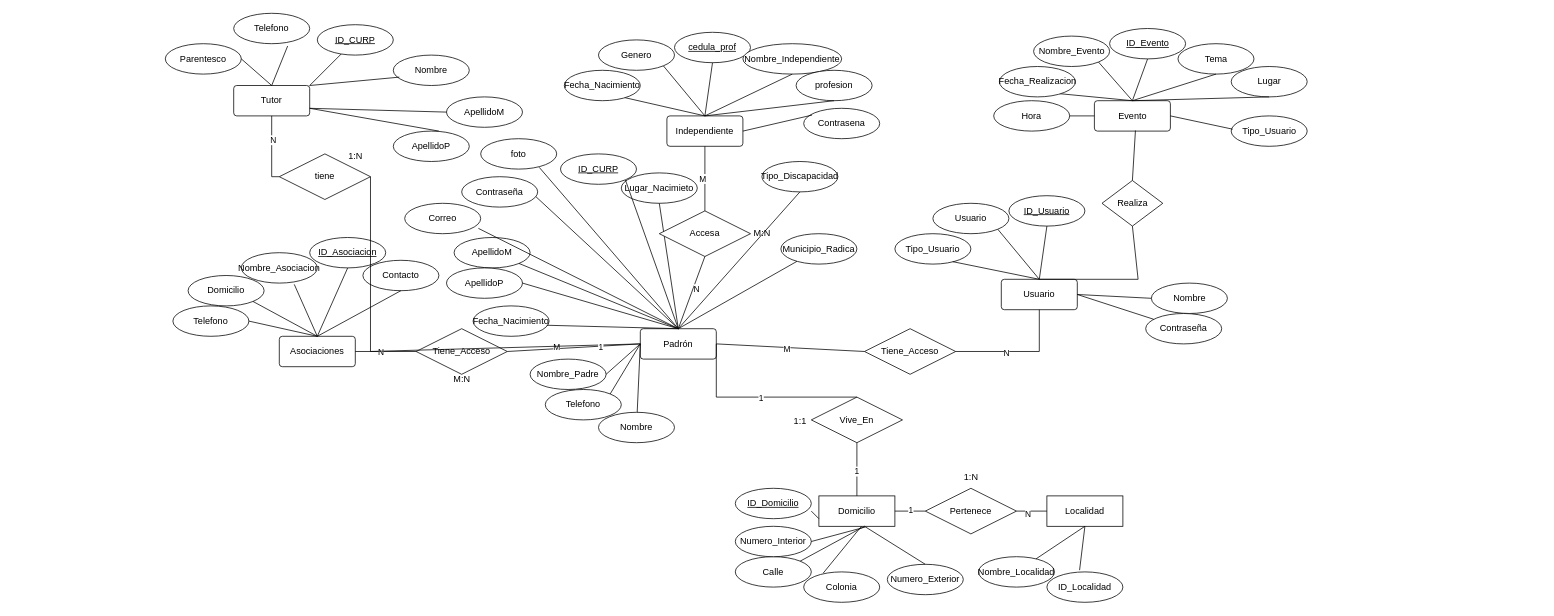
Earlier version of the draw.io diagram Diagrama_ER.drawio (OSCARCH2002/diagramas). Source tidied: cells renumbered, new cells numbered last; positions are measured from the earlier drawing's top-left corner, leaving out a move shared by most shapes. Both pictures are drawn from the tidied source at 76%, with x=0, y=0 at pixel (165, 13).
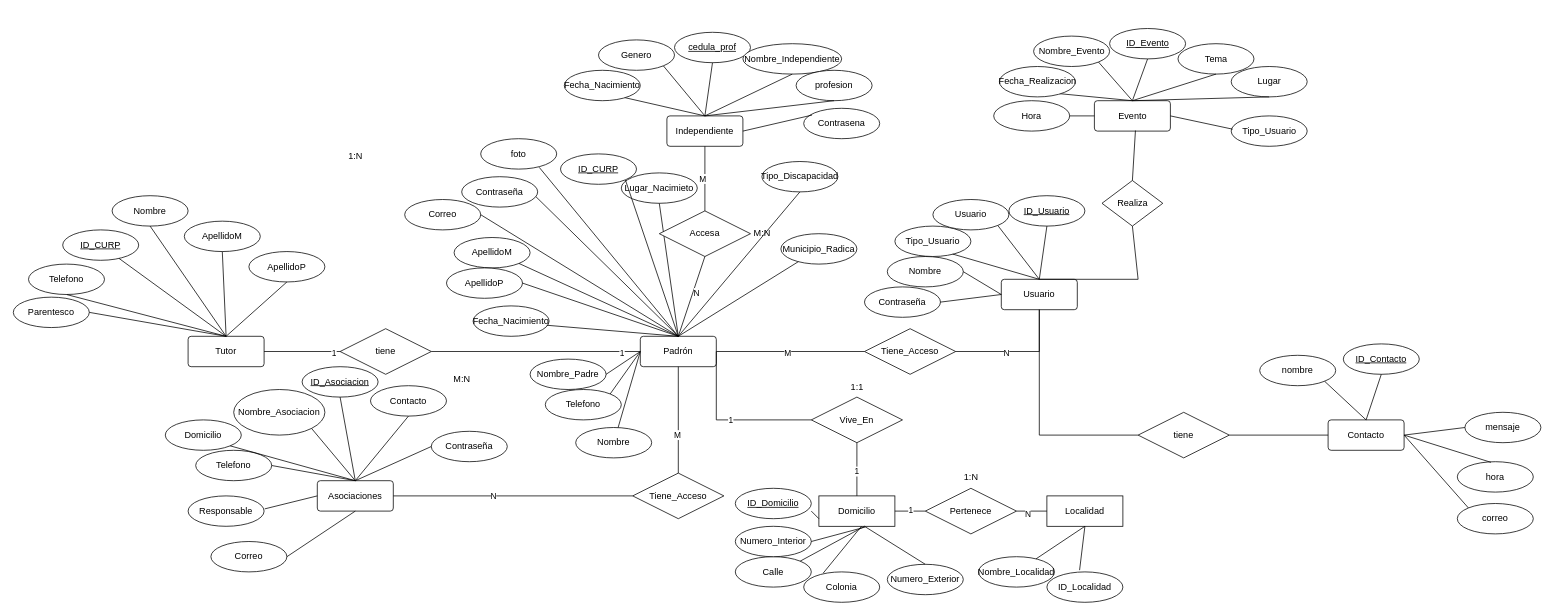
The same page after the edit.

Unchanged cells that the change refers to:
```xml
<mxCell id="29" value="Vive_En" style="shape=rhombus;perimeter=rhombusPerimeter;whiteSpace=wrap;html=1;align=center;" parent="1" vertex="1">
  <mxGeometry x="850" y="505" width="120" height="60" as="geometry" />
</mxCell>
<mxCell id="44" value="Usuario" style="rounded=1;arcSize=10;whiteSpace=wrap;html=1;align=center;" parent="1" vertex="1">
  <mxGeometry x="1100" y="350" width="100" height="40" as="geometry" />
</mxCell>
```

Change to the diagram source:
```diff
@@
     <mxCell id="2" value="Padrón" style="rounded=1;arcSize=10;whiteSpace=wrap;html=1;align=center;" parent="1" vertex="1">
-      <mxGeometry x="625" y="415" width="100" height="40" as="geometry" />
+      <mxGeometry x="625" y="425" width="100" height="40" as="geometry" />
     </mxCell>
@@
     <mxCell id="4" value="Nombre" style="ellipse;whiteSpace=wrap;html=1;align=center;" parent="1" vertex="1">
-      <mxGeometry x="570" y="525" width="100" height="40" as="geometry" />
+      <mxGeometry x="540" y="545" width="100" height="40" as="geometry" />
     </mxCell>
@@
-    <mxCell id="32" style="endArrow=none;html=1;rounded=0;entryX=0.5;entryY=0;entryDx=0;entryDy=0;exitX=1;exitY=0.5;exitDx=0;exitDy=0;" parent="1" edge="1" source="2" target="29">
+    <mxCell id="32" style="endArrow=none;html=1;rounded=0;entryX=0;entryY=0.5;entryDx=0;entryDy=0;exitX=1;exitY=0.5;exitDx=0;exitDy=0;" parent="1" edge="1" source="2" target="29">
       <mxGeometry relative="1" as="geometry">
         <Array as="points">
-          <mxPoint x="725" y="505" />
+          <mxPoint x="725" y="535" />
         </Array>
       </mxGeometry>
     </mxCell>
@@
     <mxCell id="46" value="Nombre" style="ellipse;whiteSpace=wrap;html=1;align=center;" parent="1" vertex="1">
-      <mxGeometry x="1297.5" y="355" width="100" height="40" as="geometry" />
+      <mxGeometry x="950" y="320" width="100" height="40" as="geometry" />
     </mxCell>
     <mxCell id="47" value="Tipo_Usuario" style="ellipse;whiteSpace=wrap;html=1;align=center;" parent="1" vertex="1">
-      <mxGeometry x="960" y="290" width="100" height="40" as="geometry" />
+      <mxGeometry x="960" y="280" width="100" height="40" as="geometry" />
     </mxCell>
     <mxCell id="48" value="Usuario" style="ellipse;whiteSpace=wrap;html=1;align=center;" parent="1" vertex="1">
-      <mxGeometry x="1010" y="250" width="100" height="40" as="geometry" />
+      <mxGeometry x="1010" y="245" width="100" height="40" as="geometry" />
     </mxCell>
     <mxCell id="49" value="Contraseña" style="ellipse;whiteSpace=wrap;html=1;align=center;" parent="1" vertex="1">
-      <mxGeometry x="1290" y="395" width="100" height="40" as="geometry" />
+      <mxGeometry x="920" y="360" width="100" height="40" as="geometry" />
     </mxCell>
@@
-    <mxCell id="53" style="endArrow=none;html=1;rounded=0;entryX=1;entryY=0.5;entryDx=0;entryDy=0;exitX=0;exitY=0.5;exitDx=0;exitDy=0;" parent="1" edge="1" source="46" target="44">
+    <mxCell id="53" style="endArrow=none;html=1;rounded=0;entryX=0;entryY=0.5;entryDx=0;entryDy=0;exitX=1;exitY=0.5;exitDx=0;exitDy=0;" parent="1" edge="1" source="46" target="44">
       <mxGeometry relative="1" as="geometry" />
     </mxCell>
-    <mxCell id="54" style="endArrow=none;html=1;rounded=0;entryX=1;entryY=0.5;entryDx=0;entryDy=0;exitX=0.105;exitY=0.19;exitDx=0;exitDy=0;exitPerimeter=0;" parent="1" edge="1" source="49" target="44">
+    <mxCell id="54" style="endArrow=none;html=1;rounded=0;entryX=0;entryY=0.5;entryDx=0;entryDy=0;exitX=1;exitY=0.5;exitDx=0;exitDy=0;" parent="1" edge="1" source="49" target="44">
       <mxGeometry relative="1" as="geometry" />
     </mxCell>
     <mxCell id="55" value="Asociaciones" style="rounded=1;arcSize=10;whiteSpace=wrap;html=1;align=center;" parent="1" vertex="1">
-      <mxGeometry x="150" y="425" width="100" height="40" as="geometry" />
+      <mxGeometry x="200" y="615" width="100" height="40" as="geometry" />
     </mxCell>
     <mxCell id="56" value="Nombre_Asociacion" style="ellipse;whiteSpace=wrap;html=1;align=center;fontStyle=0;" parent="1" vertex="1">
-      <mxGeometry x="100" y="315" width="100" height="40" as="geometry" />
+      <mxGeometry x="90" y="495" width="120" height="60" as="geometry" />
     </mxCell>
     <mxCell id="57" value="ID_Asociacion" style="ellipse;whiteSpace=wrap;html=1;align=center;fontStyle=4;" parent="1" vertex="1">
-      <mxGeometry x="190" y="295" width="100" height="40" as="geometry" />
+      <mxGeometry x="180" y="465" width="100" height="40" as="geometry" />
     </mxCell>
     <mxCell id="58" value="Domicilio" style="ellipse;whiteSpace=wrap;html=1;align=center;fontStyle=0;" parent="1" vertex="1">
-      <mxGeometry x="30" y="345" width="100" height="40" as="geometry" />
+      <mxGeometry y="535" width="100" height="40" as="geometry" />
     </mxCell>
     <mxCell id="59" value="Telefono" style="ellipse;whiteSpace=wrap;html=1;align=center;fontStyle=0;" parent="1" vertex="1">
-      <mxGeometry x="10" y="385" width="100" height="40" as="geometry" />
+      <mxGeometry x="40" y="575" width="100" height="40" as="geometry" />
     </mxCell>
     <mxCell id="60" value="Contacto" style="ellipse;whiteSpace=wrap;html=1;align=center;fontStyle=0;" parent="1" vertex="1">
-      <mxGeometry x="260" y="325" width="100" height="40" as="geometry" />
+      <mxGeometry x="270" y="490" width="100" height="40" as="geometry" />
     </mxCell>
@@
-    <mxCell id="63" style="endArrow=none;html=1;rounded=0;entryX=0.5;entryY=0;entryDx=0;entryDy=0;exitX=0.697;exitY=1.042;exitDx=0;exitDy=0;exitPerimeter=0;" parent="1" edge="1" source="56" target="55">
+    <mxCell id="63" style="endArrow=none;html=1;rounded=0;entryX=0.5;entryY=0;entryDx=0;entryDy=0;exitX=1;exitY=1;exitDx=0;exitDy=0;" parent="1" edge="1" source="56" target="55">
       <mxGeometry relative="1" as="geometry" />
     </mxCell>
@@
     <mxCell id="66" value="Tiene_Acceso" style="shape=rhombus;perimeter=rhombusPerimeter;whiteSpace=wrap;html=1;align=center;" parent="1" vertex="1">
-      <mxGeometry x="330" y="415" width="120" height="60" as="geometry" />
+      <mxGeometry x="615" y="605" width="120" height="60" as="geometry" />
     </mxCell>
-    <mxCell id="67" style="endArrow=none;html=1;rounded=0;entryX=1;entryY=0.5;entryDx=0;entryDy=0;" parent="1" edge="1" source="66" target="55">
+    <mxCell id="67" style="endArrow=none;html=1;rounded=0;entryX=1;entryY=0.5;entryDx=0;entryDy=0;exitX=0;exitY=0.5;exitDx=0;exitDy=0;" parent="1" edge="1" source="66" target="55">
       <mxGeometry relative="1" as="geometry" />
     </mxCell>
@@
-    <mxCell id="69" style="endArrow=none;html=1;rounded=0;entryX=1;entryY=0.5;entryDx=0;entryDy=0;exitX=0;exitY=0.5;exitDx=0;exitDy=0;" parent="1" edge="1" source="2" target="66">
+    <mxCell id="69" style="endArrow=none;html=1;rounded=0;entryX=0.5;entryY=0;entryDx=0;entryDy=0;exitX=0.5;exitY=1;exitDx=0;exitDy=0;" parent="1" edge="1" source="2" target="66">
       <mxGeometry relative="1" as="geometry" />
     </mxCell>
@@
     <mxCell id="87" value="Correo" style="ellipse;whiteSpace=wrap;html=1;align=center;" parent="1" vertex="1">
-      <mxGeometry x="315" y="250" width="100" height="40" as="geometry" />
+      <mxGeometry x="315" y="245" width="100" height="40" as="geometry" />
     </mxCell>
@@
-    <mxCell id="89" style="endArrow=none;html=1;rounded=0;entryX=0.97;entryY=0.825;entryDx=0;entryDy=0;exitX=0.5;exitY=0;exitDx=0;exitDy=0;entryPerimeter=0;" parent="1" edge="1" source="2" target="87">
+    <mxCell id="89" style="endArrow=none;html=1;rounded=0;entryX=1;entryY=0.5;entryDx=0;entryDy=0;exitX=0.5;exitY=0;exitDx=0;exitDy=0;" parent="1" edge="1" source="2" target="87">
       <mxGeometry relative="1" as="geometry" />
     </mxCell>
@@
     <mxCell id="108" value="&lt;table&gt;&lt;tbody&gt;&lt;tr&gt;&lt;td&gt;1:1&lt;/td&gt;&lt;/tr&gt;&lt;/tbody&gt;&lt;/table&gt;&lt;table&gt;&lt;tbody&gt;&lt;tr&gt;&lt;td&gt;&lt;/td&gt;&lt;/tr&gt;&lt;/tbody&gt;&lt;/table&gt;" style="text;html=1;align=center;verticalAlign=middle;strokeColor=none;fillColor=none;" parent="1" vertex="1">
-      <mxGeometry x="810" y="520" width="50" height="40" as="geometry" />
+      <mxGeometry x="885" y="475" width="50" height="40" as="geometry" />
     </mxCell>
@@
     <mxCell id="123" value="Tutor" style="rounded=1;arcSize=10;whiteSpace=wrap;html=1;align=center;" parent="1" vertex="1">
-      <mxGeometry x="90" y="95" width="100" height="40" as="geometry" />
+      <mxGeometry x="30" y="425" width="100" height="40" as="geometry" />
     </mxCell>
     <mxCell id="124" value="ID_CURP" style="ellipse;whiteSpace=wrap;html=1;align=center;fontStyle=4;" parent="1" vertex="1">
-      <mxGeometry x="200" y="15" width="100" height="40" as="geometry" />
+      <mxGeometry x="-135" y="285" width="100" height="40" as="geometry" />
     </mxCell>
-    <mxCell id="125" style="endArrow=none;html=1;rounded=0;entryX=1;entryY=0;entryDx=0;entryDy=0;" parent="1" edge="1" source="124" target="123">
+    <mxCell id="125" style="endArrow=none;html=1;rounded=0;entryX=0.5;entryY=0;entryDx=0;entryDy=0;" parent="1" edge="1" source="124" target="123">
       <mxGeometry relative="1" as="geometry" />
     </mxCell>
     <mxCell id="126" value="Nombre" style="ellipse;whiteSpace=wrap;html=1;align=center;" parent="1" vertex="1">
-      <mxGeometry x="300" y="55" width="100" height="40" as="geometry" />
+      <mxGeometry x="-70" y="240" width="100" height="40" as="geometry" />
     </mxCell>
     <mxCell id="127" value="ApellidoM" style="ellipse;whiteSpace=wrap;html=1;align=center;" parent="1" vertex="1">
-      <mxGeometry x="370" y="110" width="100" height="40" as="geometry" />
+      <mxGeometry x="25" y="273.5" width="100" height="40" as="geometry" />
     </mxCell>
     <mxCell id="128" value="Telefono" style="ellipse;whiteSpace=wrap;html=1;align=center;" parent="1" vertex="1">
-      <mxGeometry x="90" width="100" height="40" as="geometry" />
+      <mxGeometry x="-180" y="330" width="100" height="40" as="geometry" />
     </mxCell>
     <mxCell id="129" value="Parentesco" style="ellipse;whiteSpace=wrap;html=1;align=center;" parent="1" vertex="1">
-      <mxGeometry y="40" width="100" height="40" as="geometry" />
+      <mxGeometry x="-200" y="373.5" width="100" height="40" as="geometry" />
     </mxCell>
-    <mxCell id="130" style="endArrow=none;html=1;rounded=0;entryX=1;entryY=0;entryDx=0;entryDy=0;exitX=0.08;exitY=0.725;exitDx=0;exitDy=0;exitPerimeter=0;" parent="1" edge="1" source="126" target="123">
+    <mxCell id="130" style="endArrow=none;html=1;rounded=0;entryX=0.5;entryY=0;entryDx=0;entryDy=0;exitX=0.5;exitY=1;exitDx=0;exitDy=0;" parent="1" edge="1" source="126" target="123">
       <mxGeometry relative="1" as="geometry" />
     </mxCell>
-    <mxCell id="131" style="endArrow=none;html=1;rounded=0;entryX=0.5;entryY=0;entryDx=0;entryDy=0;exitX=0.71;exitY=1.075;exitDx=0;exitDy=0;exitPerimeter=0;" parent="1" edge="1" source="128" target="123">
+    <mxCell id="131" style="endArrow=none;html=1;rounded=0;entryX=0.5;entryY=0;entryDx=0;entryDy=0;exitX=0.5;exitY=1;exitDx=0;exitDy=0;" parent="1" edge="1" source="128" target="123">
       <mxGeometry relative="1" as="geometry" />
     </mxCell>
@@
     <mxCell id="133" value="tiene" style="shape=rhombus;perimeter=rhombusPerimeter;whiteSpace=wrap;html=1;align=center;" parent="1" vertex="1">
-      <mxGeometry x="150" y="185" width="120" height="60" as="geometry" />
+      <mxGeometry x="230" y="415" width="120" height="60" as="geometry" />
     </mxCell>
-    <mxCell id="134" style="endArrow=none;html=1;rounded=0;entryX=0;entryY=0.5;entryDx=0;entryDy=0;exitX=0.5;exitY=1;exitDx=0;exitDy=0;" parent="1" edge="1" source="123" target="133">
-      <mxGeometry relative="1" as="geometry">
-        <Array as="points">
-          <mxPoint x="140" y="215" />
-        </Array>
-      </mxGeometry>
-    </mxCell>
-    <mxCell id="135" value="N" style="edgeLabel;html=1;align=center;verticalAlign=middle;" parent="134" vertex="1">
-      <mxGeometry x="-0.31" y="1" relative="1" as="geometry" />
-    </mxCell>
     <mxCell id="136" style="endArrow=none;html=1;rounded=0;exitX=0;exitY=0.5;exitDx=0;exitDy=0;entryX=1;entryY=0.5;entryDx=0;entryDy=0;" parent="1" edge="1" source="2" target="133">
-      <mxGeometry relative="1" as="geometry">
-        <Array as="points">
-          <mxPoint x="270" y="445" />
-        </Array>
-      </mxGeometry>
+      <mxGeometry relative="1" as="geometry" />
     </mxCell>
@@
-    <mxCell id="141" style="endArrow=none;html=1;rounded=0;entryX=1;entryY=0.75;entryDx=0;entryDy=0;exitX=0;exitY=0.5;exitDx=0;exitDy=0;" parent="1" edge="1" source="127" target="123">
+    <mxCell id="141" style="endArrow=none;html=1;rounded=0;entryX=0.5;entryY=0;entryDx=0;entryDy=0;exitX=0.5;exitY=1;exitDx=0;exitDy=0;" parent="1" edge="1" source="127" target="123">
       <mxGeometry relative="1" as="geometry" />
     </mxCell>
     <mxCell id="142" value="ApellidoP" style="ellipse;whiteSpace=wrap;html=1;align=center;" parent="1" vertex="1">
-      <mxGeometry x="300" y="155" width="100" height="40" as="geometry" />
+      <mxGeometry x="110" y="313.5" width="100" height="40" as="geometry" />
     </mxCell>
-    <mxCell id="143" style="endArrow=none;html=1;rounded=0;entryX=1;entryY=0.75;entryDx=0;entryDy=0;exitX=0.6;exitY=0;exitDx=0;exitDy=0;exitPerimeter=0;" parent="1" edge="1" source="142" target="123">
+    <mxCell id="143" style="endArrow=none;html=1;rounded=0;entryX=0.5;entryY=0;entryDx=0;entryDy=0;exitX=0.5;exitY=1;exitDx=0;exitDy=0;" parent="1" edge="1" source="142" target="123">
       <mxGeometry relative="1" as="geometry" />
     </mxCell>
@@
+    <mxCell id="146" value="Contacto" style="rounded=1;arcSize=10;whiteSpace=wrap;html=1;align=center;" parent="1" vertex="1">
+      <mxGeometry x="1530" y="535" width="100" height="40" as="geometry" />
+    </mxCell>
+    <mxCell id="147" value="ID_Contacto" style="ellipse;whiteSpace=wrap;html=1;align=center;fontStyle=4;" parent="1" vertex="1">
+      <mxGeometry x="1550" y="435" width="100" height="40" as="geometry" />
+    </mxCell>
+    <mxCell id="148" value="nombre" style="ellipse;whiteSpace=wrap;html=1;align=center;" parent="1" vertex="1">
+      <mxGeometry x="1440" y="450" width="100" height="40" as="geometry" />
+    </mxCell>
+    <mxCell id="149" value="mensaje" style="ellipse;whiteSpace=wrap;html=1;align=center;" parent="1" vertex="1">
+      <mxGeometry x="1710" y="525" width="100" height="40" as="geometry" />
+    </mxCell>
+    <mxCell id="150" value="correo" style="ellipse;whiteSpace=wrap;html=1;align=center;" parent="1" vertex="1">
+      <mxGeometry x="1700" y="645" width="100" height="40" as="geometry" />
+    </mxCell>
+    <mxCell id="151" value="hora" style="ellipse;whiteSpace=wrap;html=1;align=center;" parent="1" vertex="1">
+      <mxGeometry x="1700" y="590" width="100" height="40" as="geometry" />
+    </mxCell>
+    <mxCell id="152" style="endArrow=none;html=1;rounded=0;entryX=0.5;entryY=0;entryDx=0;entryDy=0;exitX=0.5;exitY=1;exitDx=0;exitDy=0;" parent="1" edge="1" source="147" target="146">
+      <mxGeometry relative="1" as="geometry" />
+    </mxCell>
+    <mxCell id="153" style="endArrow=none;html=1;rounded=0;entryX=0.5;entryY=0;entryDx=0;entryDy=0;exitX=1;exitY=1;exitDx=0;exitDy=0;" parent="1" edge="1" source="148" target="146">
+      <mxGeometry relative="1" as="geometry" />
+    </mxCell>
+    <mxCell id="154" style="endArrow=none;html=1;rounded=0;entryX=1;entryY=0.5;entryDx=0;entryDy=0;exitX=0;exitY=0.5;exitDx=0;exitDy=0;" parent="1" edge="1" source="149" target="146">
+      <mxGeometry relative="1" as="geometry" />
+    </mxCell>
+    <mxCell id="155" style="endArrow=none;html=1;rounded=0;exitX=0;exitY=0;exitDx=0;exitDy=0;entryX=1;entryY=0.5;entryDx=0;entryDy=0;" parent="1" edge="1" source="150" target="146">
+      <mxGeometry relative="1" as="geometry" />
+    </mxCell>
+    <mxCell id="156" style="endArrow=none;html=1;rounded=0;entryX=1;entryY=0.5;entryDx=0;entryDy=0;exitX=0.443;exitY=0.021;exitDx=0;exitDy=0;exitPerimeter=0;" parent="1" edge="1" source="151" target="146">
+      <mxGeometry relative="1" as="geometry" />
+    </mxCell>
+    <mxCell id="157" value="tiene" style="shape=rhombus;perimeter=rhombusPerimeter;whiteSpace=wrap;html=1;align=center;" parent="1" vertex="1">
+      <mxGeometry x="1280" y="525" width="120" height="60" as="geometry" />
+    </mxCell>
+    <mxCell id="158" style="endArrow=none;html=1;rounded=0;entryX=0.5;entryY=1;entryDx=0;entryDy=0;exitX=0;exitY=0.5;exitDx=0;exitDy=0;" parent="1" edge="1" source="157" target="44">
+      <mxGeometry relative="1" as="geometry">
+        <Array as="points">
+          <mxPoint x="1150" y="555" />
+        </Array>
+      </mxGeometry>
+    </mxCell>
+    <mxCell id="159" style="endArrow=none;html=1;rounded=0;entryX=0;entryY=0.5;entryDx=0;entryDy=0;exitX=1;exitY=0.5;exitDx=0;exitDy=0;" parent="1" edge="1" source="157" target="146">
+      <mxGeometry relative="1" as="geometry" />
+    </mxCell>
+    <mxCell id="160" value="Responsable" style="ellipse;whiteSpace=wrap;html=1;align=center;fontStyle=0;" parent="1" vertex="1">
+      <mxGeometry x="30" y="635" width="100" height="40" as="geometry" />
+    </mxCell>
+    <mxCell id="161" style="endArrow=none;html=1;rounded=0;entryX=0;entryY=0.5;entryDx=0;entryDy=0;exitX=1.008;exitY=0.427;exitDx=0;exitDy=0;exitPerimeter=0;" parent="1" edge="1" source="160" target="55">
+      <mxGeometry relative="1" as="geometry" />
+    </mxCell>
+    <mxCell id="162" value="Correo" style="ellipse;whiteSpace=wrap;html=1;align=center;fontStyle=0;" parent="1" vertex="1">
+      <mxGeometry x="60" y="695" width="100" height="40" as="geometry" />
+    </mxCell>
+    <mxCell id="163" style="endArrow=none;html=1;rounded=0;entryX=0.5;entryY=1;entryDx=0;entryDy=0;exitX=1;exitY=0.5;exitDx=0;exitDy=0;" parent="1" edge="1" source="162" target="55">
+      <mxGeometry relative="1" as="geometry" />
+    </mxCell>
+    <mxCell id="164" value="Contraseña" style="ellipse;whiteSpace=wrap;html=1;align=center;fontStyle=0;" parent="1" vertex="1">
+      <mxGeometry x="350" y="550" width="100" height="40" as="geometry" />
+    </mxCell>
+    <mxCell id="165" style="endArrow=none;html=1;rounded=0;entryX=0.5;entryY=0;entryDx=0;entryDy=0;exitX=0;exitY=0.5;exitDx=0;exitDy=0;" parent="1" edge="1" source="164" target="55">
+      <mxGeometry relative="1" as="geometry" />
+    </mxCell>
+    <mxCell id="166" style="endArrow=none;html=1;rounded=0;exitX=0;exitY=0.5;exitDx=0;exitDy=0;entryX=1;entryY=0.5;entryDx=0;entryDy=0;" parent="1" edge="1" source="133" target="123">
+      <mxGeometry relative="1" as="geometry" />
+    </mxCell>
+    <mxCell id="167" value="1" style="edgeLabel;html=1;align=center;verticalAlign=middle;" parent="166" vertex="1">
+      <mxGeometry x="-0.82" y="2" relative="1" as="geometry" />
+    </mxCell>
```
